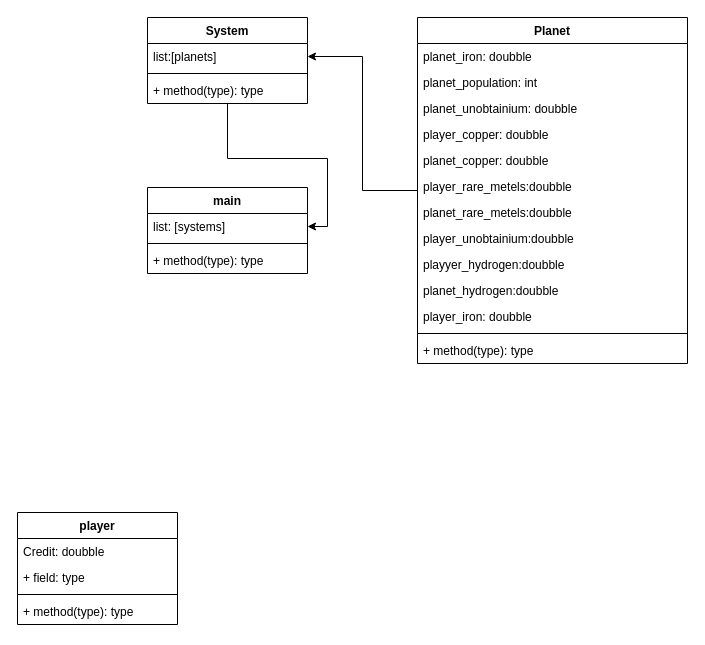
Before: Ressorses/drawing and UML/UML.drawio in krixzy/space_survicers, a draw.io diagram. Source tidied: cells renumbered, new cells numbered last; positions are measured from the earlier drawing's top-left corner, leaving out a move shared by most shapes. Both pictures are drawn from the tidied source at 100%, with x=0, y=0 at pixel (17, 17).
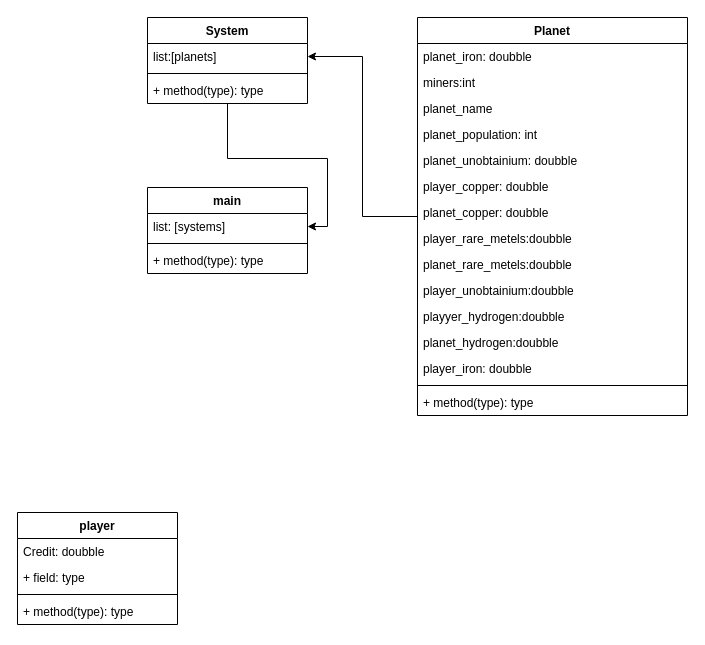
The same diagram, later.

The edit, as a diff of the source:
```diff
@@
     <mxCell id="8" value="Planet" style="swimlane;fontStyle=1;align=center;verticalAlign=top;horizontal=1;startSize=26;whiteSpace=wrap;html=1;" parent="1" vertex="1">
-      <mxGeometry x="400" width="270" height="346" as="geometry" />
+      <mxGeometry x="400" width="270" height="398" as="geometry" />
     </mxCell>
@@
+    <mxCell id="31" value="miners:int" style="text;strokeColor=none;fillColor=none;align=left;verticalAlign=top;spacingLeft=4;spacingRight=4;overflow=hidden;whiteSpace=wrap;html=1;" parent="8" vertex="1">
+      <mxGeometry y="52" width="270" height="26" as="geometry" />
+    </mxCell>
+    <mxCell id="32" value="planet_name" style="text;strokeColor=none;fillColor=none;align=left;verticalAlign=top;spacingLeft=4;spacingRight=4;overflow=hidden;whiteSpace=wrap;html=1;" parent="8" vertex="1">
+      <mxGeometry y="78" width="270" height="26" as="geometry" />
+    </mxCell>
     <mxCell id="10" value="planet_population: int" style="text;strokeColor=none;fillColor=none;align=left;verticalAlign=top;spacingLeft=4;spacingRight=4;overflow=hidden;whiteSpace=wrap;html=1;" parent="8" vertex="1">
-      <mxGeometry y="52" width="270" height="26" as="geometry" />
+      <mxGeometry y="104" width="270" height="26" as="geometry" />
     </mxCell>
     <mxCell id="11" value="planet_unobtainium: doubble" style="text;strokeColor=none;fillColor=none;align=left;verticalAlign=top;spacingLeft=4;spacingRight=4;overflow=hidden;whiteSpace=wrap;html=1;" parent="8" vertex="1">
-      <mxGeometry y="78" width="270" height="26" as="geometry" />
+      <mxGeometry y="130" width="270" height="26" as="geometry" />
     </mxCell>
     <mxCell id="12" value="player_copper: doubble" style="text;strokeColor=none;fillColor=none;align=left;verticalAlign=top;spacingLeft=4;spacingRight=4;overflow=hidden;whiteSpace=wrap;html=1;" parent="8" vertex="1">
-      <mxGeometry y="104" width="270" height="26" as="geometry" />
+      <mxGeometry y="156" width="270" height="26" as="geometry" />
     </mxCell>
     <mxCell id="13" value="planet_copper: doubble" style="text;strokeColor=none;fillColor=none;align=left;verticalAlign=top;spacingLeft=4;spacingRight=4;overflow=hidden;whiteSpace=wrap;html=1;" parent="8" vertex="1">
-      <mxGeometry y="130" width="270" height="26" as="geometry" />
+      <mxGeometry y="182" width="270" height="26" as="geometry" />
     </mxCell>
     <mxCell id="14" value="player_rare_metels:doubble" style="text;strokeColor=none;fillColor=none;align=left;verticalAlign=top;spacingLeft=4;spacingRight=4;overflow=hidden;whiteSpace=wrap;html=1;" parent="8" vertex="1">
-      <mxGeometry y="156" width="270" height="26" as="geometry" />
+      <mxGeometry y="208" width="270" height="26" as="geometry" />
     </mxCell>
     <mxCell id="15" value="planet_rare_metels:doubble" style="text;strokeColor=none;fillColor=none;align=left;verticalAlign=top;spacingLeft=4;spacingRight=4;overflow=hidden;whiteSpace=wrap;html=1;" parent="8" vertex="1">
-      <mxGeometry y="182" width="270" height="26" as="geometry" />
+      <mxGeometry y="234" width="270" height="26" as="geometry" />
     </mxCell>
     <mxCell id="16" value="player_unobtainium:doubble" style="text;strokeColor=none;fillColor=none;align=left;verticalAlign=top;spacingLeft=4;spacingRight=4;overflow=hidden;whiteSpace=wrap;html=1;" parent="8" vertex="1">
-      <mxGeometry y="208" width="270" height="26" as="geometry" />
+      <mxGeometry y="260" width="270" height="26" as="geometry" />
     </mxCell>
     <mxCell id="17" value="playyer_hydrogen:doubble" style="text;strokeColor=none;fillColor=none;align=left;verticalAlign=top;spacingLeft=4;spacingRight=4;overflow=hidden;whiteSpace=wrap;html=1;" parent="8" vertex="1">
-      <mxGeometry y="234" width="270" height="26" as="geometry" />
+      <mxGeometry y="286" width="270" height="26" as="geometry" />
     </mxCell>
     <mxCell id="18" value="planet_hydrogen:doubble&lt;br&gt;" style="text;strokeColor=none;fillColor=none;align=left;verticalAlign=top;spacingLeft=4;spacingRight=4;overflow=hidden;whiteSpace=wrap;html=1;" parent="8" vertex="1">
-      <mxGeometry y="260" width="270" height="26" as="geometry" />
+      <mxGeometry y="312" width="270" height="26" as="geometry" />
     </mxCell>
     <mxCell id="19" value="player_iron: doubble" style="text;strokeColor=none;fillColor=none;align=left;verticalAlign=top;spacingLeft=4;spacingRight=4;overflow=hidden;whiteSpace=wrap;html=1;" parent="8" vertex="1">
-      <mxGeometry y="286" width="270" height="26" as="geometry" />
+      <mxGeometry y="338" width="270" height="26" as="geometry" />
     </mxCell>
     <mxCell id="20" style="line;strokeWidth=1;fillColor=none;align=left;verticalAlign=middle;spacingTop=-1;spacingLeft=3;spacingRight=3;labelPosition=right;strokeColor=inherit;" parent="8" vertex="1">
-      <mxGeometry y="312" width="270" height="8" as="geometry" />
+      <mxGeometry y="364" width="270" height="8" as="geometry" />
     </mxCell>
     <mxCell id="21" value="+ method(type): type" style="text;strokeColor=none;fillColor=none;align=left;verticalAlign=top;spacingLeft=4;spacingRight=4;overflow=hidden;whiteSpace=wrap;html=1;" parent="8" vertex="1">
-      <mxGeometry y="320" width="270" height="26" as="geometry" />
+      <mxGeometry y="372" width="270" height="26" as="geometry" />
     </mxCell>
```
